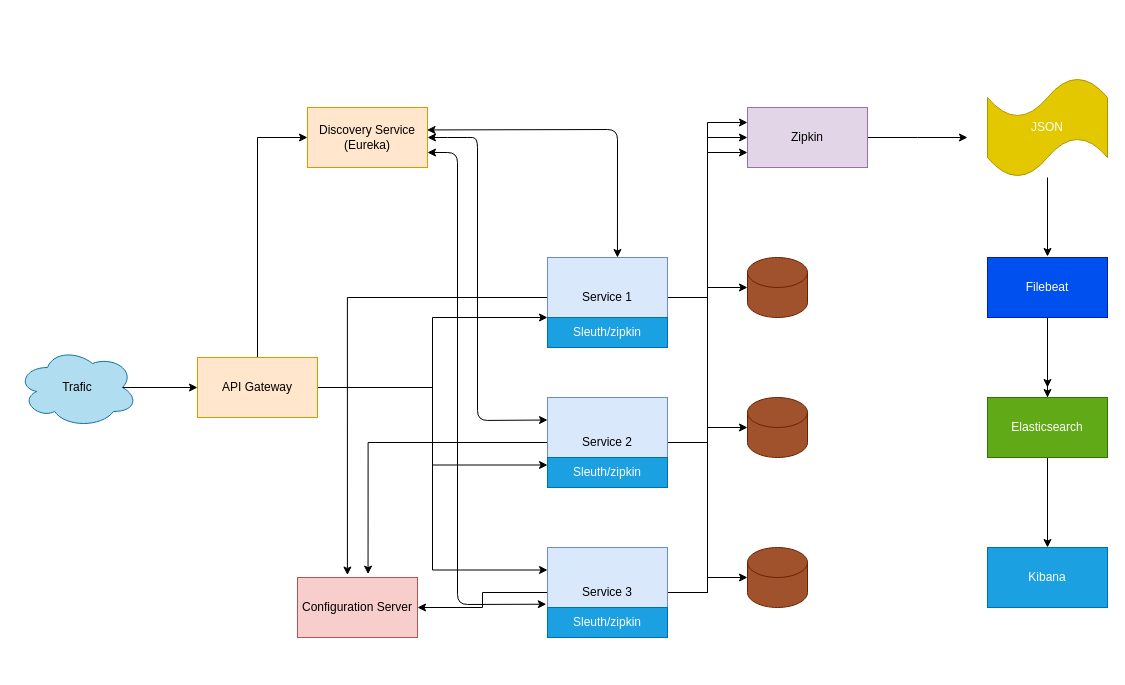
This is page "Seite-1" (1 of 3) of docs/Springboot-Cloud-Overview.drawio from mambarek/cma-deployment, a draw.io file, before an edit. Source tidied: cells renumbered, new cells numbered last; positions are measured from the earlier drawing's top-left corner, leaving out a move shared by most shapes. Both pictures are drawn from the tidied source at 100%, with x=0, y=0 at pixel (17, 77).
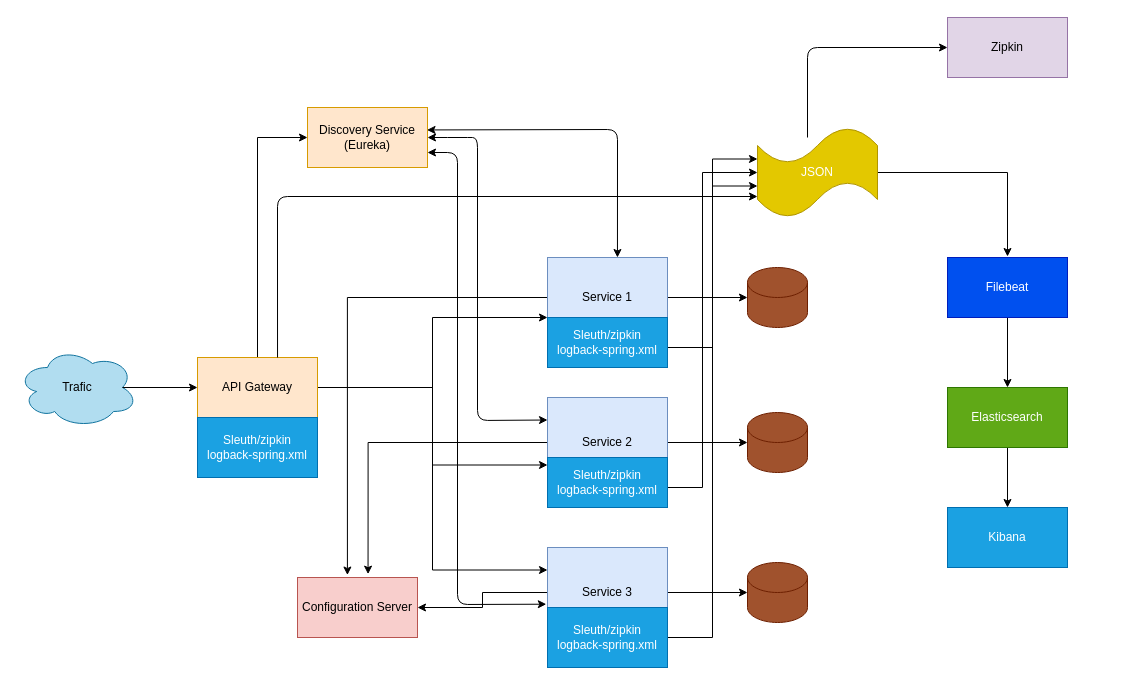
The same diagram, later.

Unchanged cells that the change refers to:
```xml
<mxCell id="6" value="API Gateway" style="rounded=0;whiteSpace=wrap;html=1;fillColor=#ffe6cc;strokeColor=#d79b00;" parent="1" vertex="1">
  <mxGeometry x="180" y="280" width="120" height="60" as="geometry" />
</mxCell>
<mxCell id="11" value="Service 1" style="rounded=0;whiteSpace=wrap;html=1;fillColor=#dae8fc;strokeColor=#6c8ebf;" parent="1" vertex="1">
  <mxGeometry x="530" y="180" width="120" height="80" as="geometry" />
</mxCell>
<mxCell id="15" value="Service 2" style="rounded=0;whiteSpace=wrap;html=1;fillColor=#dae8fc;strokeColor=#6c8ebf;" parent="1" vertex="1">
  <mxGeometry x="530" y="320" width="120" height="90" as="geometry" />
</mxCell>
<mxCell id="19" value="Service 3" style="rounded=0;whiteSpace=wrap;html=1;fillColor=#dae8fc;strokeColor=#6c8ebf;" parent="1" vertex="1">
  <mxGeometry x="530" y="470" width="120" height="90" as="geometry" />
</mxCell>
```

The edit, as a diff of the source:
```diff
@@
-    <mxCell id="9" style="edgeStyle=orthogonalEdgeStyle;rounded=0;jettySize=auto;html=1;entryX=0;entryY=0.5;entryDx=0;entryDy=0;" parent="1" edge="1" source="11" target="22">
-      <mxGeometry relative="1" as="geometry" />
+    <mxCell id="9" style="edgeStyle=orthogonalEdgeStyle;rounded=0;jettySize=auto;html=1;entryX=0;entryY=0.35;entryDx=0;entryDy=0;entryPerimeter=0;" parent="1" edge="1" source="11" target="32">
+      <mxGeometry relative="1" as="geometry">
+        <Array as="points">
+          <mxPoint x="590" y="270" />
+          <mxPoint x="695" y="270" />
+          <mxPoint x="695" y="82" />
+        </Array>
+      </mxGeometry>
     </mxCell>
@@
-    <mxCell id="13" style="edgeStyle=orthogonalEdgeStyle;rounded=0;jettySize=auto;html=1;entryX=0;entryY=0.75;entryDx=0;entryDy=0;" parent="1" edge="1" source="15" target="22">
-      <mxGeometry relative="1" as="geometry" />
+    <mxCell id="13" style="edgeStyle=orthogonalEdgeStyle;rounded=0;jettySize=auto;html=1;entryX=0;entryY=0.5;entryDx=0;entryDy=0;entryPerimeter=0;" parent="1" edge="1" source="15" target="32">
+      <mxGeometry relative="1" as="geometry">
+        <Array as="points">
+          <mxPoint x="685" y="410" />
+          <mxPoint x="685" y="95" />
+        </Array>
+      </mxGeometry>
     </mxCell>
@@
-    <mxCell id="17" style="edgeStyle=orthogonalEdgeStyle;rounded=0;jettySize=auto;html=1;entryX=0;entryY=0.25;entryDx=0;entryDy=0;" parent="1" edge="1" source="19" target="22">
-      <mxGeometry relative="1" as="geometry" />
+    <mxCell id="17" style="edgeStyle=orthogonalEdgeStyle;rounded=0;jettySize=auto;html=1;entryX=0;entryY=0.65;entryDx=0;entryDy=0;entryPerimeter=0;" parent="1" edge="1" source="19" target="32">
+      <mxGeometry relative="1" as="geometry">
+        <Array as="points">
+          <mxPoint x="695" y="560" />
+          <mxPoint x="695" y="109" />
+        </Array>
+      </mxGeometry>
     </mxCell>
@@
-    <mxCell id="21" style="edgeStyle=orthogonalEdgeStyle;rounded=0;jettySize=auto;html=1;" parent="1" edge="1" source="22">
-      <mxGeometry relative="1" as="geometry">
-        <mxPoint x="950" y="60" as="targetPoint" />
-      </mxGeometry>
-    </mxCell>
     <mxCell id="22" value="Zipkin" style="rounded=0;whiteSpace=wrap;html=1;fillColor=#e1d5e7;strokeColor=#9673a6;" parent="1" vertex="1">
-      <mxGeometry x="730" y="30" width="120" height="60" as="geometry" />
+      <mxGeometry x="930" y="-60" width="120" height="60" as="geometry" />
     </mxCell>
@@
     <mxCell id="24" value="Filebeat" style="rounded=0;whiteSpace=wrap;html=1;fillColor=#0050ef;strokeColor=#001DBC;fontColor=#ffffff;" parent="1" vertex="1">
-      <mxGeometry x="970" y="180" width="120" height="60" as="geometry" />
+      <mxGeometry x="930" y="180" width="120" height="60" as="geometry" />
     </mxCell>
-    <mxCell id="25" style="edgeStyle=orthogonalEdgeStyle;rounded=0;jettySize=auto;html=1;" parent="1" edge="1" source="27">
-      <mxGeometry relative="1" as="geometry">
-        <mxPoint x="1030" y="310" as="targetPoint" />
-      </mxGeometry>
-    </mxCell>
@@
     <mxCell id="27" value="Elasticsearch" style="rounded=0;whiteSpace=wrap;html=1;fillColor=#60a917;strokeColor=#2D7600;fontColor=#ffffff;" parent="1" vertex="1">
-      <mxGeometry x="970" y="320" width="120" height="60" as="geometry" />
+      <mxGeometry x="930" y="310" width="120" height="60" as="geometry" />
     </mxCell>
     <mxCell id="28" value="Kibana" style="rounded=0;whiteSpace=wrap;html=1;fillColor=#1ba1e2;strokeColor=#006EAF;fontColor=#ffffff;" parent="1" vertex="1">
-      <mxGeometry x="970" y="470" width="120" height="60" as="geometry" />
+      <mxGeometry x="930" y="430" width="120" height="60" as="geometry" />
     </mxCell>
@@
     <mxCell id="31" style="edgeStyle=orthogonalEdgeStyle;rounded=0;jettySize=auto;html=1;" parent="1" edge="1" source="32">
       <mxGeometry relative="1" as="geometry">
-        <mxPoint x="1030" y="179" as="targetPoint" />
+        <mxPoint x="990" y="179" as="targetPoint" />
+        <Array as="points">
+          <mxPoint x="990" y="95" />
+          <mxPoint x="990" y="179" />
+        </Array>
       </mxGeometry>
     </mxCell>
     <mxCell id="32" value="JSON" style="shape=tape;whiteSpace=wrap;html=1;fillColor=#e3c800;strokeColor=#B09500;fontColor=#ffffff;" parent="1" vertex="1">
-      <mxGeometry x="970" width="120" height="100" as="geometry" />
+      <mxGeometry x="740" y="50" width="120" height="90" as="geometry" />
     </mxCell>
     <mxCell id="33" style="shape=cylinder3;whiteSpace=wrap;html=1;boundedLbl=1;backgroundOutline=1;size=15;fillColor=#a0522d;strokeColor=#6D1F00;fontColor=#ffffff;" parent="1" vertex="1">
-      <mxGeometry x="730" y="180" width="60" height="60" as="geometry" />
+      <mxGeometry x="730" y="190" width="60" height="60" as="geometry" />
     </mxCell>
     <mxCell id="34" style="shape=cylinder3;whiteSpace=wrap;html=1;boundedLbl=1;backgroundOutline=1;size=15;fillColor=#a0522d;strokeColor=#6D1F00;fontColor=#ffffff;" parent="1" vertex="1">
-      <mxGeometry x="730" y="320" width="60" height="60" as="geometry" />
+      <mxGeometry x="730" y="335" width="60" height="60" as="geometry" />
     </mxCell>
     <mxCell id="35" style="shape=cylinder3;whiteSpace=wrap;html=1;boundedLbl=1;backgroundOutline=1;size=15;fillColor=#a0522d;strokeColor=#6D1F00;fontColor=#ffffff;" parent="1" vertex="1">
-      <mxGeometry x="730" y="470" width="60" height="60" as="geometry" />
+      <mxGeometry x="730" y="485" width="60" height="60" as="geometry" />
     </mxCell>
@@
-    <mxCell id="39" value="Sleuth/zipkin" style="rounded=0;whiteSpace=wrap;html=1;fillColor=#1ba1e2;strokeColor=#006EAF;fontColor=#ffffff;" parent="1" vertex="1">
-      <mxGeometry x="530" y="240" width="120" height="30" as="geometry" />
+    <mxCell id="39" value="Sleuth/zipkin&lt;br&gt;logback-spring.xml" style="rounded=0;whiteSpace=wrap;html=1;fillColor=#1ba1e2;strokeColor=#006EAF;fontColor=#ffffff;" parent="1" vertex="1">
+      <mxGeometry x="530" y="240" width="120" height="50" as="geometry" />
     </mxCell>
-    <mxCell id="40" value="Sleuth/zipkin" style="rounded=0;whiteSpace=wrap;html=1;fillColor=#1ba1e2;strokeColor=#006EAF;fontColor=#ffffff;" parent="1" vertex="1">
-      <mxGeometry x="530" y="380" width="120" height="30" as="geometry" />
+    <mxCell id="40" value="Sleuth/zipkin&lt;br&gt;logback-spring.xml" style="rounded=0;whiteSpace=wrap;html=1;fillColor=#1ba1e2;strokeColor=#006EAF;fontColor=#ffffff;" parent="1" vertex="1">
+      <mxGeometry x="530" y="380" width="120" height="50" as="geometry" />
     </mxCell>
-    <mxCell id="41" value="Sleuth/zipkin" style="rounded=0;whiteSpace=wrap;html=1;fillColor=#1ba1e2;strokeColor=#006EAF;fontColor=#ffffff;" parent="1" vertex="1">
-      <mxGeometry x="530" y="530" width="120" height="30" as="geometry" />
+    <mxCell id="41" value="Sleuth/zipkin&lt;br&gt;logback-spring.xml" style="rounded=0;whiteSpace=wrap;html=1;fillColor=#1ba1e2;strokeColor=#006EAF;fontColor=#ffffff;" parent="1" vertex="1">
+      <mxGeometry x="530" y="530" width="120" height="60" as="geometry" />
     </mxCell>
+    <mxCell id="42" style="endArrow=classic;html=1;entryX=0;entryY=0.5;entryDx=0;entryDy=0;" parent="1" edge="1" target="22">
+      <mxGeometry relative="1" as="geometry">
+        <mxPoint x="790" y="60" as="sourcePoint" />
+        <Array as="points">
+          <mxPoint x="790" y="-30" />
+        </Array>
+      </mxGeometry>
+    </mxCell>
+    <mxCell id="43" style="endArrow=classic;html=1;exitX=0.667;exitY=0;exitDx=0;exitDy=0;exitPerimeter=0;" parent="1" edge="1" source="6">
+      <mxGeometry relative="1" as="geometry">
+        <mxPoint x="740" y="119" as="targetPoint" />
+        <Array as="points">
+          <mxPoint x="260" y="119" />
+        </Array>
+      </mxGeometry>
+    </mxCell>
+    <mxCell id="44" value="Sleuth/zipkin&lt;br&gt;logback-spring.xml" style="rounded=0;whiteSpace=wrap;html=1;fillColor=#1ba1e2;strokeColor=#006EAF;fontColor=#ffffff;" parent="1" vertex="1">
+      <mxGeometry x="180" y="340" width="120" height="60" as="geometry" />
+    </mxCell>
```
